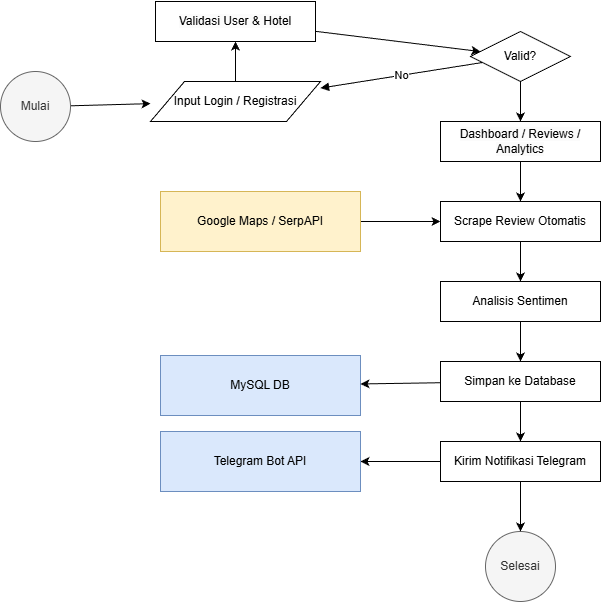
RinaldiHamzah/system-sentiment-monitoring-reviews keeps this draw.io diagram as drawio/flowchart.png. Above is the earlier version. Source tidied: cells renumbered, new cells last; positions are measured from the earlier drawing's top-left corner, leaving out a move shared by most shapes.
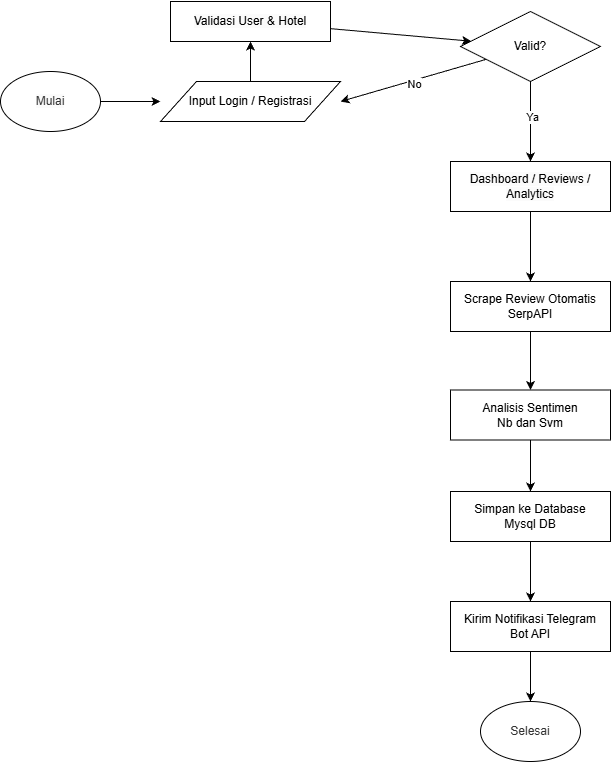
Above is the later version.

Change to the diagram source:
```diff
@@ -6,79 +6,67 @@
       <mxGeometry relative="1" as="geometry" />
     </mxCell>
     <mxCell id="3" value="Input Login / Registrasi" style="shape=parallelogram;whiteSpace=wrap;html=1;" parent="1" vertex="1">
-      <mxGeometry x="150" y="80" width="170" height="40" as="geometry" />
+      <mxGeometry x="-210" y="80" width="180" height="40" as="geometry" />
     </mxCell>
-    <mxCell id="4" style="edgeStyle=none;html=1;" parent="1" edge="1" source="5" target="12">
+    <mxCell id="4" style="edgeStyle=orthogonalEdgeStyle;rounded=0;jettySize=auto;html=1;" parent="1" edge="1" source="5" target="12">
       <mxGeometry relative="1" as="geometry" />
     </mxCell>
+    <mxCell id="28" value="Ya" style="edgeLabel;html=1;align=center;verticalAlign=middle;" parent="4" vertex="1">
+      <mxGeometry x="-0.15" y="1" relative="1" as="geometry" />
+    </mxCell>
+    <mxCell id="29" style="edgeStyle=none;html=1;entryX=1;entryY=0.5;entryDx=0;entryDy=0;" parent="1" edge="1" source="5" target="3">
+      <mxGeometry relative="1" as="geometry" />
+    </mxCell>
+    <mxCell id="8" value="No" style="edgeLabel;html=1;align=center;verticalAlign=middle;" parent="29" vertex="1">
+      <mxGeometry x="0.03" y="2" relative="1" as="geometry" />
+    </mxCell>
     <mxCell id="5" value="Valid?" style="rhombus;whiteSpace=wrap;html=1;" parent="1" vertex="1">
-      <mxGeometry x="470" y="30" width="100" height="50" as="geometry" />
+      <mxGeometry x="90" y="10" width="140" height="70" as="geometry" />
     </mxCell>
-    <mxCell id="6" value="Selesai" style="ellipse;whiteSpace=wrap;html=1;fillColor=#f5f5f5;fontColor=#333333;strokeColor=#666666;" parent="1" vertex="1">
-      <mxGeometry x="485" y="530" width="70" height="70" as="geometry" />
-    </mxCell>
-    <mxCell id="7" value="MySQL DB" style="shape=database;whiteSpace=wrap;html=1;fillColor=#dae8fc;strokeColor=#6c8ebf;" parent="1" vertex="1">
-      <mxGeometry x="160" y="354" width="200" height="60" as="geometry" />
-    </mxCell>
-    <mxCell id="8" value="No" style="endArrow=block;html=1;" parent="1" edge="1" source="5" target="3">
-      <mxGeometry relative="1" as="geometry" />
-    </mxCell>
     <mxCell id="9" style="edgeStyle=none;html=1;" parent="1" edge="1" source="10" target="5">
       <mxGeometry relative="1" as="geometry" />
     </mxCell>
     <mxCell id="10" value="&lt;br&gt;&lt;span style=&quot;color: rgb(0, 0, 0); font-family: Helvetica; font-size: 12px; font-style: normal; font-variant-ligatures: normal; font-variant-caps: normal; font-weight: 400; letter-spacing: normal; orphans: 2; text-indent: 0px; text-transform: none; widows: 2; word-spacing: 0px; -webkit-text-stroke-width: 0px; white-space: normal; background-color: rgb(251, 251, 251); text-decoration-thickness: initial; text-decoration-style: initial; text-decoration-color: initial; float: none; display: inline !important;&quot;&gt;Validasi User &amp;amp; Hotel&lt;/span&gt;&lt;div&gt;&lt;br/&gt;&lt;/div&gt;" style="rounded=0;whiteSpace=wrap;html=1;align=center;" parent="1" vertex="1">
-      <mxGeometry x="155" width="160" height="40" as="geometry" />
+      <mxGeometry x="-200" width="160" height="40" as="geometry" />
     </mxCell>
-    <mxCell id="11" style="edgeStyle=none;html=1;" parent="1" edge="1" source="12" target="14">
+    <mxCell id="11" style="edgeStyle=orthogonalEdgeStyle;rounded=0;jettySize=auto;html=1;" parent="1" edge="1" source="12" target="14">
       <mxGeometry relative="1" as="geometry" />
     </mxCell>
     <mxCell id="12" value="&lt;br&gt;&lt;span style=&quot;color: rgb(0, 0, 0); font-family: Helvetica; font-size: 12px; font-style: normal; font-variant-ligatures: normal; font-variant-caps: normal; font-weight: 400; letter-spacing: normal; orphans: 2; text-indent: 0px; text-transform: none; widows: 2; word-spacing: 0px; -webkit-text-stroke-width: 0px; white-space: normal; background-color: rgb(251, 251, 251); text-decoration-thickness: initial; text-decoration-style: initial; text-decoration-color: initial; float: none; display: inline !important;&quot;&gt;Dashboard / Reviews / Analytics&lt;/span&gt;&lt;div&gt;&lt;br/&gt;&lt;/div&gt;" style="rounded=0;whiteSpace=wrap;html=1;" parent="1" vertex="1">
-      <mxGeometry x="440" y="120" width="160" height="40" as="geometry" />
+      <mxGeometry x="80" y="160" width="160" height="50" as="geometry" />
     </mxCell>
-    <mxCell id="13" style="edgeStyle=none;html=1;" parent="1" edge="1" source="14" target="16">
+    <mxCell id="13" style="edgeStyle=orthogonalEdgeStyle;rounded=0;jettySize=auto;html=1;" parent="1" edge="1" source="14" target="16">
       <mxGeometry relative="1" as="geometry" />
     </mxCell>
-    <mxCell id="14" value="&lt;span style=&quot;color: rgb(0, 0, 0);&quot;&gt;Scrape Review Otomatis&lt;/span&gt;" style="rounded=0;whiteSpace=wrap;html=1;" parent="1" vertex="1">
-      <mxGeometry x="440" y="200" width="160" height="40" as="geometry" />
+    <mxCell id="14" value="&lt;span style=&quot;color: rgb(0, 0, 0);&quot;&gt;Scrape Review Otomatis&lt;/span&gt;&lt;div&gt;&lt;span style=&quot;color: rgb(0, 0, 0);&quot;&gt;SerpAPI&lt;/span&gt;&lt;/div&gt;" style="rounded=0;whiteSpace=wrap;html=1;" parent="1" vertex="1">
+      <mxGeometry x="80" y="280" width="160" height="50" as="geometry" />
     </mxCell>
-    <mxCell id="15" style="edgeStyle=none;html=1;" parent="1" edge="1" source="16" target="19">
+    <mxCell id="15" style="edgeStyle=orthogonalEdgeStyle;rounded=0;jettySize=auto;html=1;" parent="1" edge="1" source="16" target="19">
       <mxGeometry relative="1" as="geometry" />
     </mxCell>
-    <mxCell id="16" value="&lt;span style=&quot;color: rgb(0, 0, 0);&quot;&gt;Analisis Sentimen&lt;/span&gt;" style="rounded=0;whiteSpace=wrap;html=1;" parent="1" vertex="1">
-      <mxGeometry x="440" y="280" width="160" height="40" as="geometry" />
+    <mxCell id="16" value="&lt;span style=&quot;color: rgb(0, 0, 0);&quot;&gt;Analisis Sentimen&lt;/span&gt;&lt;div&gt;&lt;span style=&quot;color: rgb(0, 0, 0);&quot;&gt;Nb dan Svm&lt;/span&gt;&lt;/div&gt;" style="rounded=0;whiteSpace=wrap;html=1;" parent="1" vertex="1">
+      <mxGeometry x="80" y="388.5" width="160" height="50" as="geometry" />
     </mxCell>
-    <mxCell id="17" style="edgeStyle=none;html=1;" parent="1" edge="1" source="19" target="22">
+    <mxCell id="17" style="edgeStyle=orthogonalEdgeStyle;rounded=0;jettySize=auto;html=1;" parent="1" edge="1" source="19" target="22">
       <mxGeometry relative="1" as="geometry" />
     </mxCell>
-    <mxCell id="18" style="edgeStyle=none;html=1;" parent="1" edge="1" source="19" target="7">
-      <mxGeometry relative="1" as="geometry" />
-    </mxCell>
-    <mxCell id="19" value="&lt;span style=&quot;color: rgb(0, 0, 0);&quot;&gt;Simpan ke Database&lt;/span&gt;" style="rounded=0;whiteSpace=wrap;html=1;" parent="1" vertex="1">
-      <mxGeometry x="440" y="360" width="160" height="40" as="geometry" />
+    <mxCell id="19" value="&lt;span style=&quot;color: rgb(0, 0, 0);&quot;&gt;Simpan ke Database&lt;/span&gt;&lt;div&gt;&lt;span style=&quot;color: rgb(0, 0, 0);&quot;&gt;Mysql DB&lt;/span&gt;&lt;/div&gt;" style="rounded=0;whiteSpace=wrap;html=1;" parent="1" vertex="1">
+      <mxGeometry x="80" y="490" width="160" height="50" as="geometry" />
     </mxCell>
     <mxCell id="20" style="edgeStyle=none;html=1;" parent="1" edge="1" source="22" target="6">
       <mxGeometry relative="1" as="geometry" />
     </mxCell>
-    <mxCell id="21" style="edgeStyle=none;html=1;" parent="1" edge="1" source="22" target="25">
-      <mxGeometry relative="1" as="geometry" />
-    </mxCell>
-    <mxCell id="22" value="&lt;span style=&quot;color: rgb(0, 0, 0);&quot;&gt;Kirim Notifikasi Telegram&lt;/span&gt;" style="rounded=0;whiteSpace=wrap;html=1;" parent="1" vertex="1">
-      <mxGeometry x="440" y="440" width="160" height="40" as="geometry" />
+    <mxCell id="22" value="&lt;span style=&quot;color: rgb(0, 0, 0);&quot;&gt;Kirim Notifikasi Telegram&lt;/span&gt;&lt;div&gt;&lt;span style=&quot;color: rgb(0, 0, 0);&quot;&gt;Bot API&lt;/span&gt;&lt;/div&gt;" style="rounded=0;whiteSpace=wrap;html=1;" parent="1" vertex="1">
+      <mxGeometry x="80" y="600" width="160" height="50" as="geometry" />
     </mxCell>
-    <mxCell id="23" style="edgeStyle=none;html=1;" parent="1" edge="1" source="24" target="14">
-      <mxGeometry relative="1" as="geometry" />
-    </mxCell>
-    <mxCell id="24" value="&lt;span style=&quot;color: rgb(0, 0, 0);&quot;&gt;Google Maps / SerpAPI&lt;/span&gt;" style="shape=database;whiteSpace=wrap;html=1;fillColor=#fff2cc;strokeColor=#d6b656;" parent="1" vertex="1">
-      <mxGeometry x="160" y="190" width="200" height="60" as="geometry" />
-    </mxCell>
-    <mxCell id="25" value="&lt;span style=&quot;color: rgb(0, 0, 0);&quot;&gt;Telegram Bot API&lt;/span&gt;" style="shape=database;whiteSpace=wrap;html=1;fillColor=#dae8fc;strokeColor=#6c8ebf;" parent="1" vertex="1">
-      <mxGeometry x="160" y="430" width="200" height="60" as="geometry" />
-    </mxCell>
     <mxCell id="26" style="edgeStyle=none;html=1;" parent="1" edge="1" source="27" target="3">
       <mxGeometry relative="1" as="geometry" />
     </mxCell>
-    <mxCell id="27" value="Mulai" style="ellipse;whiteSpace=wrap;html=1;fillColor=#f5f5f5;fontColor=#333333;strokeColor=#666666;" parent="1" vertex="1">
-      <mxGeometry y="70" width="70" height="70" as="geometry" />
+    <mxCell id="27" value="&lt;br style=&quot;color: rgb(63, 63, 63); scrollbar-color: rgb(226, 226, 226) rgb(251, 251, 251);&quot;&gt;&lt;span style=&quot;scrollbar-color: rgb(226, 226, 226) rgb(251, 251, 251); background-color: rgb(251, 251, 251); float: none; display: inline !important; color: rgb(51, 51, 51);&quot;&gt;Mulai&lt;/span&gt;&lt;div style=&quot;color: rgb(63, 63, 63); scrollbar-color: rgb(226, 226, 226) rgb(251, 251, 251);&quot;&gt;&lt;br style=&quot;color: rgb(63, 63, 63); scrollbar-color: rgb(226, 226, 226) rgb(251, 251, 251);&quot;&gt;&lt;/div&gt;" style="ellipse;whiteSpace=wrap;html=1;" parent="1" vertex="1">
+      <mxGeometry x="-370" y="70" width="100" height="60" as="geometry" />
     </mxCell>
+    <mxCell id="6" value="&lt;div style=&quot;color: rgb(63, 63, 63); scrollbar-color: rgb(226, 226, 226) rgb(251, 251, 251);&quot;&gt;&lt;span style=&quot;color: rgb(51, 51, 51);&quot;&gt;Selesai&lt;/span&gt;&lt;/div&gt;" style="ellipse;whiteSpace=wrap;html=1;" parent="1" vertex="1">
+      <mxGeometry x="110" y="700" width="100" height="60" as="geometry" />
+    </mxCell>
   </root>
 </mxGraphModel>
```
